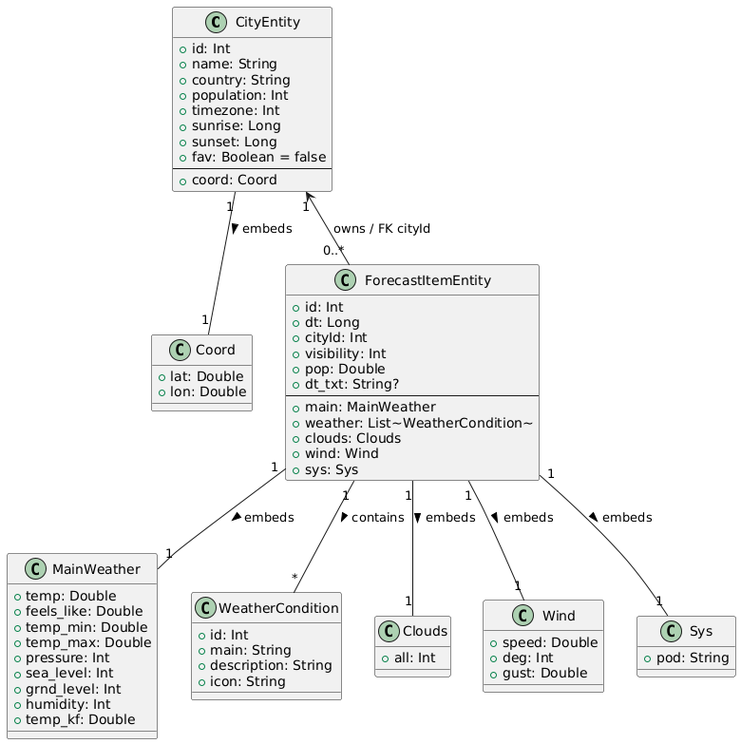
Earlier version of the PlantUML export UML/Class Diagram.png (AhmedYousry49/WeatherForecast). Its diagram source:
```plantuml
@startuml
class CityEntity {
  +id: Int
  +name: String
  +country: String
  +population: Int
  +timezone: Int
  +sunrise: Long
  +sunset: Long
  +fav: Boolean = false
  --
  +coord: Coord
}

class Coord {
  +lat: Double
  +lon: Double
}

class ForecastItemEntity {
  +id: Int
  +dt: Long
  +cityId: Int
  +visibility: Int
  +pop: Double
  +dt_txt: String?
  --
  +main: MainWeather
  +weather: List~WeatherCondition~
  +clouds: Clouds
  +wind: Wind
  +sys: Sys
}

class MainWeather {
  +temp: Double
  +feels_like: Double
  +temp_min: Double
  +temp_max: Double
  +pressure: Int
  +sea_level: Int
  +grnd_level: Int
  +humidity: Int
  +temp_kf: Double
}

class WeatherCondition {
  +id: Int
  +main: String
  +description: String
  +icon: String
}

class Clouds {
  +all: Int
}

class Wind {
  +speed: Double
  +deg: Int
  +gust: Double
}

class Sys {
  +pod: String
}

CityEntity "1" -- "1" Coord : embeds >
CityEntity "1" <-- "0..*" ForecastItemEntity : owns / FK cityId
ForecastItemEntity "1" -- "1" MainWeather : embeds >
ForecastItemEntity "1" -- "*" WeatherCondition : contains >
ForecastItemEntity "1" -- "1" Clouds : embeds >
ForecastItemEntity "1" -- "1" Wind : embeds >
ForecastItemEntity "1" -- "1" Sys : embeds >
@enduml
```
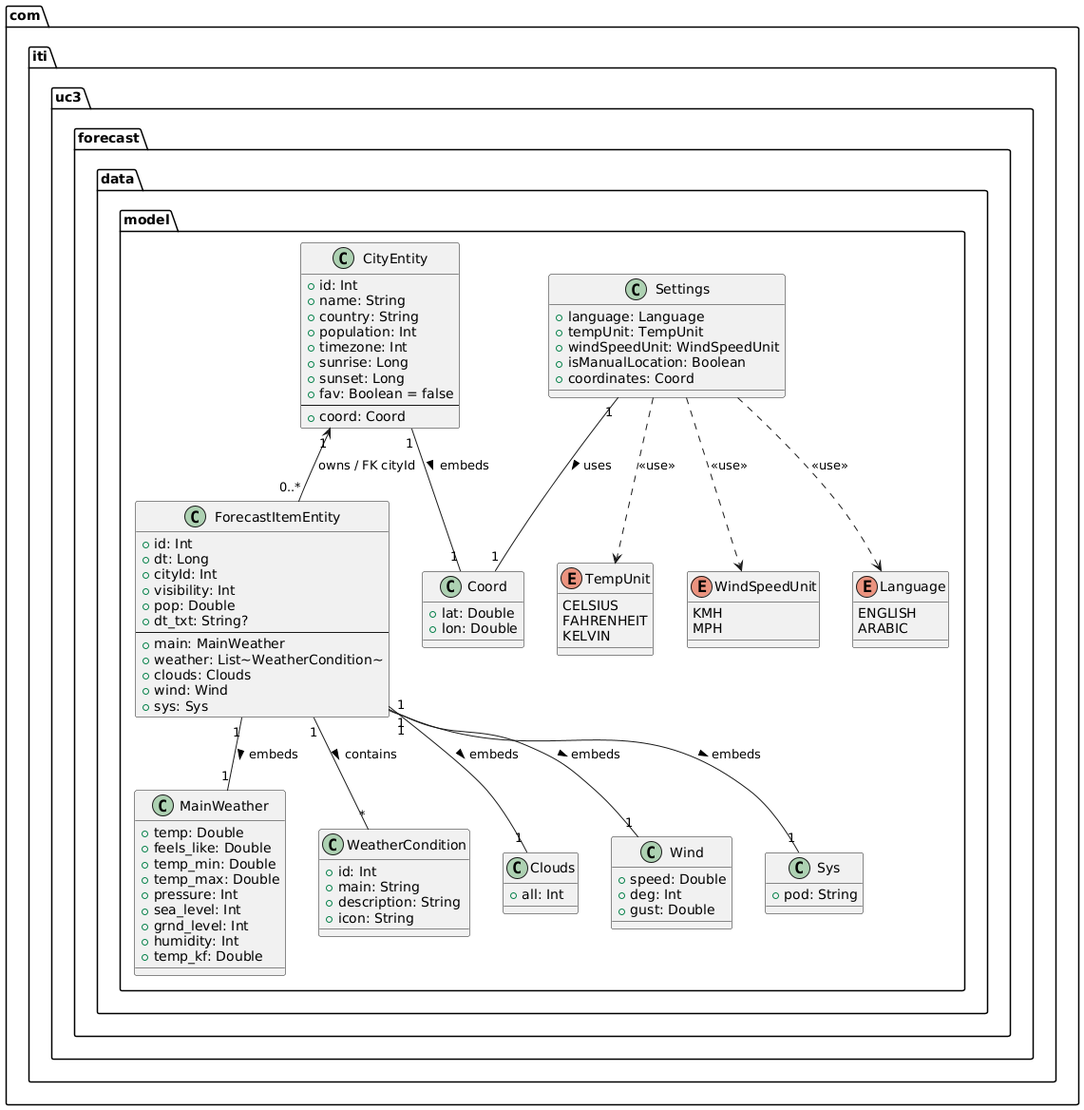
The same diagram one commit later.

The edit, as a diff of the source:
```diff
@@ -1,4 +1,6 @@
 @startuml
+package "com.iti.uc3.forecast.data.model" {
+
 class CityEntity {
   +id: Int
   +name: String
@@ -65,6 +67,32 @@
   +pod: String
 }
 
+class Settings {
+  +language: Language
+  +tempUnit: TempUnit
+  +windSpeedUnit: WindSpeedUnit
+  +isManualLocation: Boolean
+  +coordinates: Coord
+}
+
+enum Language {
+  ENGLISH
+  ARABIC
+}
+
+enum TempUnit {
+  CELSIUS
+  FAHRENHEIT
+  KELVIN
+}
+
+enum WindSpeedUnit {
+  KMH
+  MPH
+}
+
+}
+
 CityEntity "1" -- "1" Coord : embeds >
 CityEntity "1" <-- "0..*" ForecastItemEntity : owns / FK cityId
 ForecastItemEntity "1" -- "1" MainWeather : embeds >
@@ -72,4 +100,9 @@
 ForecastItemEntity "1" -- "1" Clouds : embeds >
 ForecastItemEntity "1" -- "1" Wind : embeds >
 ForecastItemEntity "1" -- "1" Sys : embeds >
+Settings "1" -- "1" Coord : uses >
+
+Settings ..> Language : <<use>>
+Settings ..> TempUnit : <<use>>
+Settings ..> WindSpeedUnit : <<use>>
 @enduml
```
